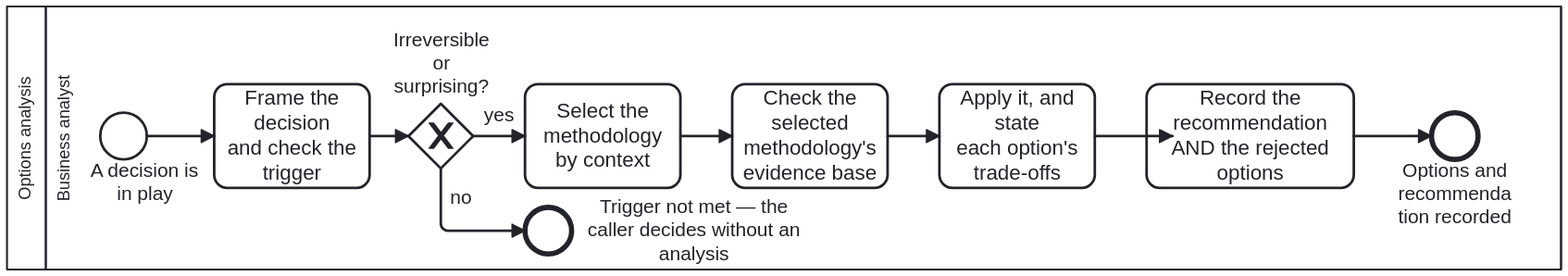
Earlier version of the BPMN export docs/assets/img/workflows/options-analysis.svg (litlfred/cat-harness). Its source is kept beside it as processes/sdlc/options-analysis.bpmn. Ids are renumbered. Source of this version:
```xml
<bpmn:definitions xmlns:bpmn="http://www.omg.org/spec/BPMN/20100524/MODEL"
                  xmlns:bpmndi="http://www.omg.org/spec/BPMN/20100524/DI"
                  xmlns:dc="http://www.omg.org/spec/DD/20100524/DC"
                  xmlns:di="http://www.omg.org/spec/DD/20100524/DI"
                  xmlns:bootstrap.processes="https://litlfred.github.io/bootstrap/v0/processes/ns#"
                  xmlns:cat-harness.processes="https://litlfred.github.io/cat-harness/v0/processes/ns#"
                  id="Definitions_Process_OptionsAnalysis" targetNamespace="https://litlfred.github.io/folio-assistant/workflows"
                  exporter="folio-assistant" exporterVersion="1">
  <bpmn:import namespace="https://litlfred.github.io/bootstrap/v0/processes/ns#" location="https://litlfred.github.io/bootstrap/v0/processes/ns.jsonld" importType="http://www.w3.org/ns/json-ld"/>
  <bpmn:resource id="business-analyst" name="Business analyst"/>
  <bpmn:collaboration id="Collaboration_Process_OptionsAnalysis">
    <bpmn:participant id="Participant_Process_OptionsAnalysis" name="Options analysis" processRef="Process_OptionsAnalysis"/>
  </bpmn:collaboration>
  <bpmn:process id="Process_OptionsAnalysis" name="Options analysis" isExecutable="false">
    <bpmn:documentation>A decision reached by a NAMED methodology, with its rejected options recorded. Called as a subprocess, never run on its own.

WHEN IT APPLIES: the trigger is `opening-brief`'s — IRREVERSIBILITY AND SURPRISE, not size. A reversible choice needs no subprocess; an irreversible one cannot skip it. A subprocess fired on every decision becomes ceremony, and ceremony is how a gate stops being read.

WHY IT IS ONE SUBPROCESS AND NOT A BRANCH PER METHODOLOGY: the methodologies are parallel tracks selected by context, and the selection is a judgement made inside A_Select rather than a gateway. A gateway per methodology would assert the choice is computable from data, which is the claim `dmn` says to make only when the criteria recur.

WHAT IT DOES NOT DO: it does not decide. It produces the options, their trade-offs and a recommendation; the decision and its authorisation belong to whoever owns the calling step.</bpmn:documentation>
    <bpmn:extensionElements>
      <cat-harness.processes:policy enforcement="strict"/>
    </bpmn:extensionElements>
    <bpmn:laneSet id="LaneSet_Process_OptionsAnalysis">
      <bpmn:lane id="Lane_BusinessAnalyst" name="Business analyst" partitionElementRef="business-analyst">
        <bpmn:documentation>This lane's deliverable is the recommendation together with the rejected options — a rejected option with no record is a dead end the next agent walks back into — but it never authorises anything; A_Record hands both to whoever called the subprocess, and the decision stays theirs. Answering GW_Trigger `no` is not a skipped step either: End_TriggerNotMet is recorded as a distinct outcome from a completed comparison, because a caller unable to tell "not needed" from "we chose X" cannot audit either one.</bpmn:documentation>
        <bpmn:flowNodeRef>Start_Process_OptionsAnalysis</bpmn:flowNodeRef>
        <bpmn:flowNodeRef>A_Frame</bpmn:flowNodeRef>
        <bpmn:flowNodeRef>GW_Trigger</bpmn:flowNodeRef>
        <bpmn:flowNodeRef>A_Select</bpmn:flowNodeRef>
        <bpmn:flowNodeRef>A_CheckEvidence</bpmn:flowNodeRef>
        <bpmn:flowNodeRef>A_Apply</bpmn:flowNodeRef>
        <bpmn:flowNodeRef>A_Record</bpmn:flowNodeRef>
        <bpmn:flowNodeRef>End_Process_OptionsAnalysis</bpmn:flowNodeRef>
        <bpmn:flowNodeRef>End_TriggerNotMet</bpmn:flowNodeRef>
      </bpmn:lane>
    </bpmn:laneSet>
    <bpmn:startEvent id="Start_Process_OptionsAnalysis" name="A decision is in play"/>
    <bpmn:task id="A_Frame" name="Frame the decision
and check the trigger">
      <bpmn:documentation>One sentence naming the KIND of thing being chosen, not the options — "which cache strategy", never "A or B". Then the trigger: is this irreversible, or would the answer surprise someone? If neither, say so and stop; the calling step decides without this subprocess. Stopping here is a correct outcome, not a skipped step.</bpmn:documentation>
      <bpmn:extensionElements><bootstrap.processes:skill ref="opening-brief"/></bpmn:extensionElements>
    </bpmn:task>
    <bpmn:exclusiveGateway id="GW_Trigger" name="Irreversible&#10;or surprising?">
      <bpmn:documentation>`A_Frame` has always ENDED with this question — "is this irreversible, or would the answer surprise someone? If neither, say so and stop; the calling step decides without this subprocess. Stopping here is a correct outcome, not a skipped step." Until this gateway existed, the diagram gave it NO WAY TO STOP: `A_Frame`'s only outgoing edge went to `A_Select`, so the prose promised a branch the model did not have.

Found by adding the second caller, not by reading. With one caller the straight line looked fine; wiring `editing-hci-validation` made every write in that process run all four activities, and its corpus-gate tests failed with "Task_RecordDecision is not enabled. Enabled now: A_Frame." That is the ceremony this process's own documentation refuses — "a subprocess fired on every decision becomes ceremony, and ceremony is how a gate stops being read" — and it was unreachable as a criticism while the subprocess had a single caller.

DELIBERATELY NOT DMN-BACKED, unlike the gateways that are. Irreversibility and surprise are judged, not computed: `dmn` says to claim computability only when the criteria recur with the same inputs having to produce the same answer, and "would this surprise someone" does not. So the outcome is supplied by whoever is at the step, exactly as `Gateway_EditorDecision` takes one.</bpmn:documentation>
    </bpmn:exclusiveGateway>
    <bpmn:task id="A_Select" name="Select the methodology
by context">
      <bpmn:documentation>Ask the selection question in order, first yes decides: do the criteria RECUR with the same inputs having to produce the same answer; is this the CERTAINTY of a body of evidence behind a recommendation; is the context a BEAN recording a decision; otherwise a one-off choice among candidates. If none fits, that is a finding — say which question the decision is and that no adopted methodology covers it. Do not improvise one and do not stretch the nearest fit.

The declared set is the contents of the `methodology` graph. Ask for it; do not remember it.</bpmn:documentation>
      <bpmn:extensionElements><bootstrap.processes:skill ref="methodology-adoption"/></bpmn:extensionElements>
    </bpmn:task>
    <bpmn:task id="A_CheckEvidence" name="Check the selected&#10;methodology&apos;s evidence base">
      <bpmn:documentation>Before applying a methodology, establish that the thing being applied is what it claims to be. A methodology is adopted because it is somebody else&apos;s named, external work; this step checks that the `origin` it cites resolves to a source in a declared library, and reads the `methodology-evidence` QA sidecar for it.

WHY THE CHECK IS HERE AND NOT AT ADOPTION. Adoption happens once; selection happens every time a decision is made. A source that was reachable when the methodology was adopted can stop being so, and a methodology adopted before this axis existed was never checked at all. Measured 2026-09-22: six methodologies cited an origin and NONE had that source in any library, so every selection made until then rested on an unverifiable citation.

WHAT A GAP DOES AND DOES NOT DO. A missing source does NOT block the decision, and this step has no branch that stops the process — that would make a documentation gap into an outage, and the owner decides whether an unbacked methodology may still be used. It does two things: it runs `literature-search` to try to close the gap, and it puts the evidence state into the record `A_Record` writes, so a reader can tell a decision made on a verified method from one made on a citation nobody could follow.

The third state is the one that matters. &quot;Source ingested&quot;, &quot;source located but unreachable from here&quot; and &quot;no source found&quot; are three different facts, and `literature-search` exists largely to stop the middle one being reported as the last.</bpmn:documentation>
      <bpmn:extensionElements>
        <bootstrap.processes:skill ref="literature-search"/>
      </bpmn:extensionElements>
    </bpmn:task>
    <bpmn:task id="A_Apply" name="Apply it, and state
each option's trade-offs">
      <bpmn:documentation>Follow the selected methodology as written — adopted whole, not blended with another. At least two real options: one option is not a choice, and a straw option is worse than a short list because it makes the analysis look thorough while narrowing it.

Never quantify the comparison to make it look measured. Where a method scores and sums, this platform takes the structure and refuses the arithmetic: the weights are invented and a total reads as a measurement.</bpmn:documentation>
      <bpmn:extensionElements><bootstrap.processes:skill ref="methodology-adoption"/></bpmn:extensionElements>
    </bpmn:task>
    <bpmn:task id="A_Record" name="Record the recommendation
AND the rejected options">
      <bpmn:documentation>The rejected options and why they lost are part of the output, not an appendix. A rejected option with no record is a dead end nobody marked, and the next agent walks into it — the same argument `bean-coordination` makes for `scrapped` over deleted.

In a bean context the form is MADR's. Which methodology was followed is named here, so a reader can check the method rather than take the conclusion.</bpmn:documentation>
      <bpmn:extensionElements>
        <bootstrap.processes:skill ref="decision-audit"/>
        <cat-harness.processes:bean op="note"/>
      </bpmn:extensionElements>
    </bpmn:task>
    <bpmn:endEvent id="End_Process_OptionsAnalysis" name="Options and recommendation recorded"/>
    <bpmn:endEvent id="End_TriggerNotMet" name="Trigger not met — the caller decides without an analysis">
      <bpmn:documentation>A SEPARATE end event, rather than a short-circuit into the other one, because the two outcomes are different facts for the caller: "no analysis was needed" is not "the analysis recommends X". Collapsing them would leave a caller unable to tell a considered skip from a completed comparison — the same reason a could-not-determine is never reported as a pass.</bpmn:documentation>
    </bpmn:endEvent>
    <bpmn:sequenceFlow id="SF_Process_OptionsAnalysis_1" sourceRef="Start_Process_OptionsAnalysis" targetRef="A_Frame"/>
    <bpmn:sequenceFlow id="SF_Process_OptionsAnalysis_2" sourceRef="A_Frame" targetRef="GW_Trigger"/>
    <bpmn:sequenceFlow id="SF_Process_OptionsAnalysis_2b" name="yes" sourceRef="GW_Trigger" targetRef="A_Select"/>
    <bpmn:sequenceFlow id="SF_Process_OptionsAnalysis_2c" name="no" sourceRef="GW_Trigger" targetRef="End_TriggerNotMet"/>
    <bpmn:sequenceFlow id="SF_Process_OptionsAnalysis_3" sourceRef="A_Select" targetRef="A_CheckEvidence"/>
    <bpmn:sequenceFlow id="SF_Process_OptionsAnalysis_3b" sourceRef="A_CheckEvidence" targetRef="A_Apply"/>
    <bpmn:sequenceFlow id="SF_Process_OptionsAnalysis_4" sourceRef="A_Apply" targetRef="A_Record"/>
    <bpmn:sequenceFlow id="SF_Process_OptionsAnalysis_5" sourceRef="A_Record" targetRef="End_Process_OptionsAnalysis"/>
  </bpmn:process>
  <bpmndi:BPMNDiagram id="Diagram_Process_OptionsAnalysis">
    <bpmndi:BPMNPlane id="Plane_Process_OptionsAnalysis" bpmnElement="Collaboration_Process_OptionsAnalysis">
      <bpmndi:BPMNShape id="Shape_Participant_Process_OptionsAnalysis" bpmnElement="Participant_Process_OptionsAnalysis" isHorizontal="true">
        <dc:Bounds x="160" y="80" width="1200" height="203" />
      </bpmndi:BPMNShape>
      <bpmndi:BPMNShape id="Shape_Lane_BusinessAnalyst" bpmnElement="Lane_BusinessAnalyst" isHorizontal="true">
        <dc:Bounds x="190" y="80" width="1170" height="203" />
      </bpmndi:BPMNShape>
      <bpmndi:BPMNShape id="Shape_Start_Process_OptionsAnalysis" bpmnElement="Start_Process_OptionsAnalysis">
        <dc:Bounds x="232" y="162" width="36" height="36" />
        <bpmndi:BPMNLabel><dc:Bounds x="221.09" y="197.5" width="90" height="36" /></bpmndi:BPMNLabel>
      </bpmndi:BPMNShape>
      <bpmndi:BPMNShape id="Shape_A_Frame" bpmnElement="A_Frame">
        <dc:Bounds x="320" y="140" width="120" height="80" />
      </bpmndi:BPMNShape>
      <bpmndi:BPMNShape id="Shape_GW_Trigger" bpmnElement="GW_Trigger" isMarkerVisible="true">
        <dc:Bounds x="470" y="155" width="50" height="50" />
        <bpmndi:BPMNLabel><dc:Bounds x="450" y="97" width="90" height="54" /></bpmndi:BPMNLabel>
      </bpmndi:BPMNShape>
      <bpmndi:BPMNShape id="Shape_End_TriggerNotMet" bpmnElement="End_TriggerNotMet">
        <dc:Bounds x="560" y="235" width="36" height="36" />
        <bpmndi:BPMNLabel><dc:Bounds x="600" y="226" width="180" height="54" /></bpmndi:BPMNLabel>
      </bpmndi:BPMNShape>
      <bpmndi:BPMNShape id="Shape_A_Select" bpmnElement="A_Select">
        <dc:Bounds x="560" y="140" width="120" height="80" />
      </bpmndi:BPMNShape>
      <bpmndi:BPMNShape id="Shape_A_CheckEvidence" bpmnElement="A_CheckEvidence">
        <dc:Bounds x="720" y="140" width="120" height="80" />
      </bpmndi:BPMNShape>
      <bpmndi:BPMNShape id="Shape_A_Apply" bpmnElement="A_Apply">
        <dc:Bounds x="880" y="140" width="120" height="80" />
      </bpmndi:BPMNShape>
      <bpmndi:BPMNShape id="Shape_A_Record" bpmnElement="A_Record">
        <dc:Bounds x="1040" y="140" width="160" height="80" />
      </bpmndi:BPMNShape>
      <bpmndi:BPMNShape id="Shape_End_Process_OptionsAnalysis" bpmnElement="End_Process_OptionsAnalysis">
        <dc:Bounds x="1260" y="162" width="36" height="36" />
      </bpmndi:BPMNShape>
      <bpmndi:BPMNEdge id="Edge_SF_Process_OptionsAnalysis_1" bpmnElement="SF_Process_OptionsAnalysis_1">
        <di:waypoint x="268" y="180" /><di:waypoint x="320" y="180" />
      </bpmndi:BPMNEdge>
      <bpmndi:BPMNEdge id="Edge_SF_Process_OptionsAnalysis_2" bpmnElement="SF_Process_OptionsAnalysis_2">
        <di:waypoint x="440" y="180" /><di:waypoint x="470" y="180" />
      </bpmndi:BPMNEdge>
      <bpmndi:BPMNEdge id="Edge_SF_Process_OptionsAnalysis_2b" bpmnElement="SF_Process_OptionsAnalysis_2b">
        <di:waypoint x="520" y="180" /><di:waypoint x="560" y="180" />
      </bpmndi:BPMNEdge>
      <bpmndi:BPMNEdge id="Edge_SF_Process_OptionsAnalysis_2c" bpmnElement="SF_Process_OptionsAnalysis_2c">
        <di:waypoint x="495" y="205" /><di:waypoint x="495" y="253" /><di:waypoint x="560" y="253" />
      </bpmndi:BPMNEdge>
      <bpmndi:BPMNEdge id="Edge_SF_Process_OptionsAnalysis_3" bpmnElement="SF_Process_OptionsAnalysis_3">
        <di:waypoint x="680" y="180" /><di:waypoint x="720" y="180" />
      </bpmndi:BPMNEdge>
      <bpmndi:BPMNEdge id="Edge_SF_Process_OptionsAnalysis_3b" bpmnElement="SF_Process_OptionsAnalysis_3b">
        <di:waypoint x="840" y="180" /><di:waypoint x="880" y="180" />
      </bpmndi:BPMNEdge>
      <bpmndi:BPMNEdge id="Edge_SF_Process_OptionsAnalysis_4" bpmnElement="SF_Process_OptionsAnalysis_4">
        <di:waypoint x="1000" y="180" />
        <di:waypoint x="1060" y="180" />
      </bpmndi:BPMNEdge>
      <bpmndi:BPMNEdge id="Edge_SF_Process_OptionsAnalysis_5" bpmnElement="SF_Process_OptionsAnalysis_5">
        <di:waypoint x="1200" y="180" />
        <di:waypoint x="1260" y="180" />
      </bpmndi:BPMNEdge>
    </bpmndi:BPMNPlane>
  </bpmndi:BPMNDiagram>
</bpmn:definitions>
```
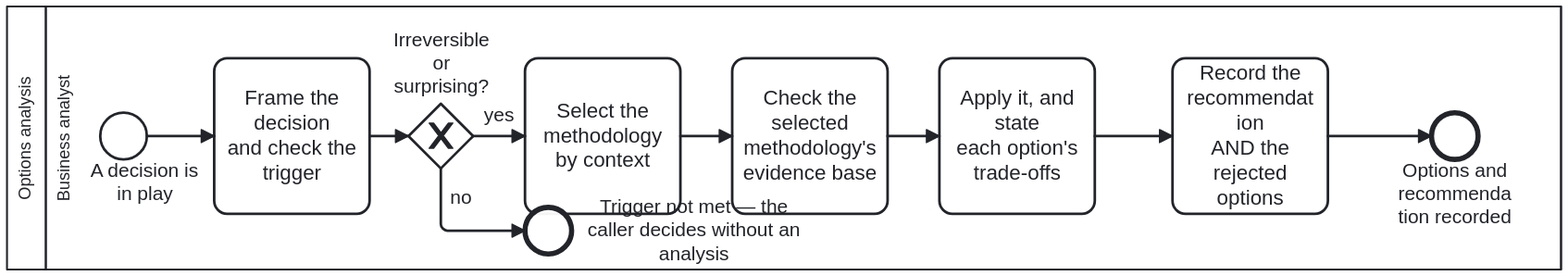
After the commit.

Change to the diagram source:
```diff
@@ -108,58 +108,63 @@
       </bpmndi:BPMNShape>
       <bpmndi:BPMNShape id="Shape_Start_Process_OptionsAnalysis" bpmnElement="Start_Process_OptionsAnalysis">
         <dc:Bounds x="232" y="162" width="36" height="36" />
-        <bpmndi:BPMNLabel><dc:Bounds x="221.09" y="197.5" width="90" height="36" /></bpmndi:BPMNLabel>
-      </bpmndi:BPMNShape>
+
+      <bpmndi:BPMNLabel><dc:Bounds x="221.09" y="197.5" width="90" height="36" /></bpmndi:BPMNLabel></bpmndi:BPMNShape>
       <bpmndi:BPMNShape id="Shape_A_Frame" bpmnElement="A_Frame">
-        <dc:Bounds x="320" y="140" width="120" height="80" />
+        <dc:Bounds x="320" y="120" width="120" height="120" />
       </bpmndi:BPMNShape>
       <bpmndi:BPMNShape id="Shape_GW_Trigger" bpmnElement="GW_Trigger" isMarkerVisible="true">
         <dc:Bounds x="470" y="155" width="50" height="50" />
-        <bpmndi:BPMNLabel><dc:Bounds x="450" y="97" width="90" height="54" /></bpmndi:BPMNLabel>
-      </bpmndi:BPMNShape>
+
+      <bpmndi:BPMNLabel><dc:Bounds x="450" y="97" width="90" height="54" /></bpmndi:BPMNLabel></bpmndi:BPMNShape>
       <bpmndi:BPMNShape id="Shape_End_TriggerNotMet" bpmnElement="End_TriggerNotMet">
         <dc:Bounds x="560" y="235" width="36" height="36" />
-        <bpmndi:BPMNLabel><dc:Bounds x="600" y="226" width="180" height="54" /></bpmndi:BPMNLabel>
-      </bpmndi:BPMNShape>
+
+      <bpmndi:BPMNLabel><dc:Bounds x="600" y="226" width="180" height="54" /></bpmndi:BPMNLabel></bpmndi:BPMNShape>
       <bpmndi:BPMNShape id="Shape_A_Select" bpmnElement="A_Select">
-        <dc:Bounds x="560" y="140" width="120" height="80" />
+        <dc:Bounds x="560" y="120" width="120" height="120" />
       </bpmndi:BPMNShape>
       <bpmndi:BPMNShape id="Shape_A_CheckEvidence" bpmnElement="A_CheckEvidence">
-        <dc:Bounds x="720" y="140" width="120" height="80" />
+        <dc:Bounds x="720" y="120" width="120" height="120" />
       </bpmndi:BPMNShape>
       <bpmndi:BPMNShape id="Shape_A_Apply" bpmnElement="A_Apply">
-        <dc:Bounds x="880" y="140" width="120" height="80" />
+        <dc:Bounds x="880" y="120" width="120" height="120" />
       </bpmndi:BPMNShape>
       <bpmndi:BPMNShape id="Shape_A_Record" bpmnElement="A_Record">
-        <dc:Bounds x="1040" y="140" width="160" height="80" />
+        <dc:Bounds x="1060" y="120" width="120" height="120" />
       </bpmndi:BPMNShape>
       <bpmndi:BPMNShape id="Shape_End_Process_OptionsAnalysis" bpmnElement="End_Process_OptionsAnalysis">
         <dc:Bounds x="1260" y="162" width="36" height="36" />
       </bpmndi:BPMNShape>
       <bpmndi:BPMNEdge id="Edge_SF_Process_OptionsAnalysis_1" bpmnElement="SF_Process_OptionsAnalysis_1">
-        <di:waypoint x="268" y="180" /><di:waypoint x="320" y="180" />
+        <di:waypoint x="268" y="180" />
+        <di:waypoint x="320" y="180" />
       </bpmndi:BPMNEdge>
       <bpmndi:BPMNEdge id="Edge_SF_Process_OptionsAnalysis_2" bpmnElement="SF_Process_OptionsAnalysis_2">
-        <di:waypoint x="440" y="180" /><di:waypoint x="470" y="180" />
+        <di:waypoint x="440" y="180" />
+        <di:waypoint x="470" y="180" />
       </bpmndi:BPMNEdge>
       <bpmndi:BPMNEdge id="Edge_SF_Process_OptionsAnalysis_2b" bpmnElement="SF_Process_OptionsAnalysis_2b">
-        <di:waypoint x="520" y="180" /><di:waypoint x="560" y="180" />
+        <di:waypoint x="520" y="180" />
+        <di:waypoint x="560" y="180" />
       </bpmndi:BPMNEdge>
       <bpmndi:BPMNEdge id="Edge_SF_Process_OptionsAnalysis_2c" bpmnElement="SF_Process_OptionsAnalysis_2c">
         <di:waypoint x="495" y="205" /><di:waypoint x="495" y="253" /><di:waypoint x="560" y="253" />
       </bpmndi:BPMNEdge>
       <bpmndi:BPMNEdge id="Edge_SF_Process_OptionsAnalysis_3" bpmnElement="SF_Process_OptionsAnalysis_3">
-        <di:waypoint x="680" y="180" /><di:waypoint x="720" y="180" />
+        <di:waypoint x="680" y="180" />
+        <di:waypoint x="720" y="180" />
       </bpmndi:BPMNEdge>
       <bpmndi:BPMNEdge id="Edge_SF_Process_OptionsAnalysis_3b" bpmnElement="SF_Process_OptionsAnalysis_3b">
-        <di:waypoint x="840" y="180" /><di:waypoint x="880" y="180" />
+        <di:waypoint x="840" y="180" />
+        <di:waypoint x="880" y="180" />
       </bpmndi:BPMNEdge>
       <bpmndi:BPMNEdge id="Edge_SF_Process_OptionsAnalysis_4" bpmnElement="SF_Process_OptionsAnalysis_4">
         <di:waypoint x="1000" y="180" />
         <di:waypoint x="1060" y="180" />
       </bpmndi:BPMNEdge>
       <bpmndi:BPMNEdge id="Edge_SF_Process_OptionsAnalysis_5" bpmnElement="SF_Process_OptionsAnalysis_5">
-        <di:waypoint x="1200" y="180" />
+        <di:waypoint x="1180" y="180" />
         <di:waypoint x="1260" y="180" />
       </bpmndi:BPMNEdge>
     </bpmndi:BPMNPlane>
```
